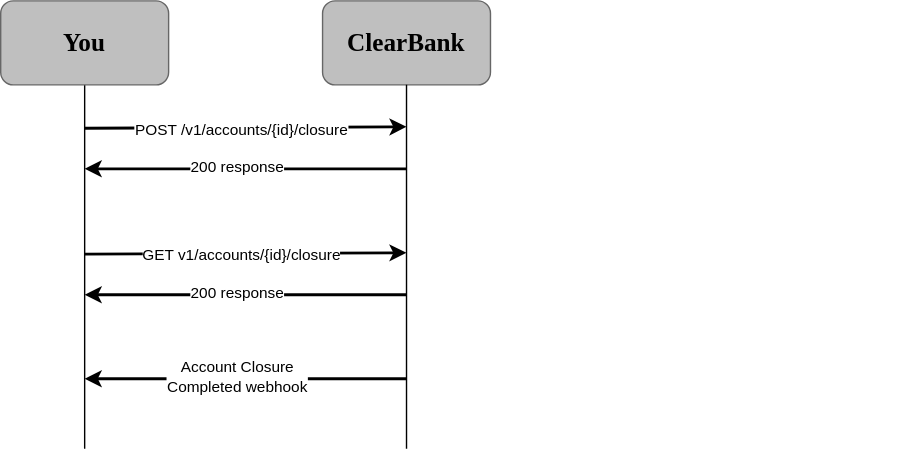
Earlier version of the draw.io export static/assets/images/close-a-cash-isa.svg (clearbank/clearbank.github.io). Source tidied: cells renumbered, new cells last; positions are measured from the earlier drawing's top-left corner, leaving out a move shared by most shapes. The source it was exported from:
```xml
<mxGraphModel>
  <root>
    <mxCell id="0" />
    <mxCell id="1" parent="0" />
    <mxCell id="2" value="ClearBank" style="rounded=1;whiteSpace=wrap;html=1;strokeColor=#666666;fillColor=#BFBFBF;gradientColor=none;fontFamily=Clear Sans Display;fontStyle=1;fontSize=18;" parent="1" vertex="1">
      <mxGeometry x="230" width="120" height="60" as="geometry" />
    </mxCell>
    <mxCell id="3" style="edgeStyle=orthogonalEdgeStyle;rounded=0;jettySize=auto;html=1;endArrow=none;endFill=0;exitX=0.5;exitY=1;exitDx=0;exitDy=0;" parent="1" edge="1" source="2">
      <mxGeometry relative="1" as="geometry">
        <mxPoint x="290" y="320" as="targetPoint" />
        <Array as="points">
          <mxPoint x="290" y="280" />
        </Array>
      </mxGeometry>
    </mxCell>
    <mxCell id="4" style="edgeStyle=orthogonalEdgeStyle;rounded=0;jettySize=auto;html=1;endArrow=none;endFill=0;" parent="1" edge="1" source="5">
      <mxGeometry relative="1" as="geometry">
        <mxPoint x="60" y="320" as="targetPoint" />
      </mxGeometry>
    </mxCell>
    <mxCell id="5" value="You" style="rounded=1;whiteSpace=wrap;html=1;strokeColor=#666666;fillColor=#BFBFBF;gradientColor=none;fontFamily=Clear Sans Display;fontStyle=1;fontSize=18;" parent="1" vertex="1">
      <mxGeometry width="120" height="60" as="geometry" />
    </mxCell>
    <mxCell id="6" style="endArrow=classic;html=1;rounded=0;strokeWidth=2;" parent="1" edge="1">
      <mxGeometry relative="1" as="geometry">
        <mxPoint x="60" y="91" as="sourcePoint" />
        <mxPoint x="290" y="90" as="targetPoint" />
      </mxGeometry>
    </mxCell>
    <mxCell id="7" value="POST /v1/accounts/{id}/closure" style="edgeLabel;html=1;align=center;verticalAlign=middle;" parent="6" vertex="1">
      <mxGeometry x="0.09" y="-1" relative="1" as="geometry">
        <mxPoint x="-13" as="offset" />
      </mxGeometry>
    </mxCell>
    <mxCell id="8" style="endArrow=classic;html=1;rounded=0;strokeWidth=2;" parent="1" edge="1">
      <mxGeometry relative="1" as="geometry">
        <mxPoint x="290" y="120" as="sourcePoint" />
        <mxPoint x="60" y="120" as="targetPoint" />
      </mxGeometry>
    </mxCell>
    <mxCell id="9" value="200 response" style="edgeLabel;html=1;align=center;verticalAlign=middle;" parent="8" vertex="1">
      <mxGeometry x="0.09" y="-1" relative="1" as="geometry">
        <mxPoint x="3" as="offset" />
      </mxGeometry>
    </mxCell>
    <mxCell id="10" style="endArrow=classic;html=1;rounded=0;strokeWidth=2;" parent="1" edge="1">
      <mxGeometry relative="1" as="geometry">
        <mxPoint x="60" y="181" as="sourcePoint" />
        <mxPoint x="290" y="180" as="targetPoint" />
      </mxGeometry>
    </mxCell>
    <mxCell id="11" value="GET v1/accounts/{id}/closure" style="edgeLabel;html=1;align=center;verticalAlign=middle;" parent="10" vertex="1">
      <mxGeometry x="0.09" y="-1" relative="1" as="geometry">
        <mxPoint x="-13" as="offset" />
      </mxGeometry>
    </mxCell>
    <mxCell id="12" style="endArrow=classic;html=1;rounded=0;strokeWidth=2;" parent="1" edge="1">
      <mxGeometry relative="1" as="geometry">
        <mxPoint x="290" y="210" as="sourcePoint" />
        <mxPoint x="60" y="210" as="targetPoint" />
      </mxGeometry>
    </mxCell>
    <mxCell id="13" value="200 response" style="edgeLabel;html=1;align=center;verticalAlign=middle;" parent="12" vertex="1">
      <mxGeometry x="0.09" y="-1" relative="1" as="geometry">
        <mxPoint x="3" as="offset" />
      </mxGeometry>
    </mxCell>
    <mxCell id="14" style="rounded=1;whiteSpace=wrap;html=1;fillColor=none;strokeColor=none;" parent="1" vertex="1">
      <mxGeometry x="420" y="120" width="220" height="60" as="geometry" />
    </mxCell>
    <mxCell id="15" style="endArrow=classic;html=1;rounded=0;strokeWidth=2;" parent="1" edge="1">
      <mxGeometry relative="1" as="geometry">
        <mxPoint x="290" y="270" as="sourcePoint" />
        <mxPoint x="60" y="270" as="targetPoint" />
      </mxGeometry>
    </mxCell>
    <mxCell id="16" value="Account Closure &lt;br&gt;Completed webhook" style="edgeLabel;html=1;align=center;verticalAlign=middle;" parent="15" vertex="1">
      <mxGeometry x="0.09" y="-1" relative="1" as="geometry">
        <mxPoint x="3" as="offset" />
      </mxGeometry>
    </mxCell>
  </root>
</mxGraphModel>
```
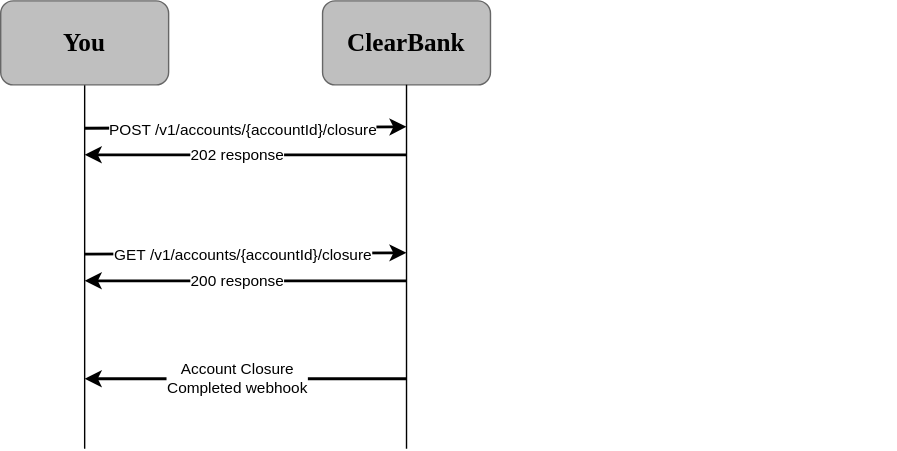
The same file after the commit.

Commit message:
Adjusted message flow diagrams for correct responses

The edit, as a diff of the source:
```diff
@@ -27,18 +27,18 @@
         <mxPoint x="290" y="90" as="targetPoint" />
       </mxGeometry>
     </mxCell>
-    <mxCell id="7" value="POST /v1/accounts/{id}/closure" style="edgeLabel;html=1;align=center;verticalAlign=middle;" parent="6" vertex="1">
+    <mxCell id="7" value="POST&amp;nbsp;/v1/accounts/{accountId}/closure" style="edgeLabel;html=1;align=center;verticalAlign=middle;" parent="6" vertex="1">
       <mxGeometry x="0.09" y="-1" relative="1" as="geometry">
         <mxPoint x="-13" as="offset" />
       </mxGeometry>
     </mxCell>
     <mxCell id="8" style="endArrow=classic;html=1;rounded=0;strokeWidth=2;" parent="1" edge="1">
       <mxGeometry relative="1" as="geometry">
-        <mxPoint x="290" y="120" as="sourcePoint" />
-        <mxPoint x="60" y="120" as="targetPoint" />
+        <mxPoint x="290" y="110" as="sourcePoint" />
+        <mxPoint x="60" y="110" as="targetPoint" />
       </mxGeometry>
     </mxCell>
-    <mxCell id="9" value="200 response" style="edgeLabel;html=1;align=center;verticalAlign=middle;" parent="8" vertex="1">
+    <mxCell id="9" value="202 response" style="edgeLabel;html=1;align=center;verticalAlign=middle;" parent="8" vertex="1">
       <mxGeometry x="0.09" y="-1" relative="1" as="geometry">
         <mxPoint x="3" as="offset" />
       </mxGeometry>
@@ -49,15 +49,15 @@
         <mxPoint x="290" y="180" as="targetPoint" />
       </mxGeometry>
     </mxCell>
-    <mxCell id="11" value="GET v1/accounts/{id}/closure" style="edgeLabel;html=1;align=center;verticalAlign=middle;" parent="10" vertex="1">
+    <mxCell id="11" value="GET&amp;nbsp;/v1/accounts/{accountId}/closure" style="edgeLabel;html=1;align=center;verticalAlign=middle;" parent="10" vertex="1">
       <mxGeometry x="0.09" y="-1" relative="1" as="geometry">
         <mxPoint x="-13" as="offset" />
       </mxGeometry>
     </mxCell>
     <mxCell id="12" style="endArrow=classic;html=1;rounded=0;strokeWidth=2;" parent="1" edge="1">
       <mxGeometry relative="1" as="geometry">
-        <mxPoint x="290" y="210" as="sourcePoint" />
-        <mxPoint x="60" y="210" as="targetPoint" />
+        <mxPoint x="290" y="200" as="sourcePoint" />
+        <mxPoint x="60" y="200" as="targetPoint" />
       </mxGeometry>
     </mxCell>
     <mxCell id="13" value="200 response" style="edgeLabel;html=1;align=center;verticalAlign=middle;" parent="12" vertex="1">
```
